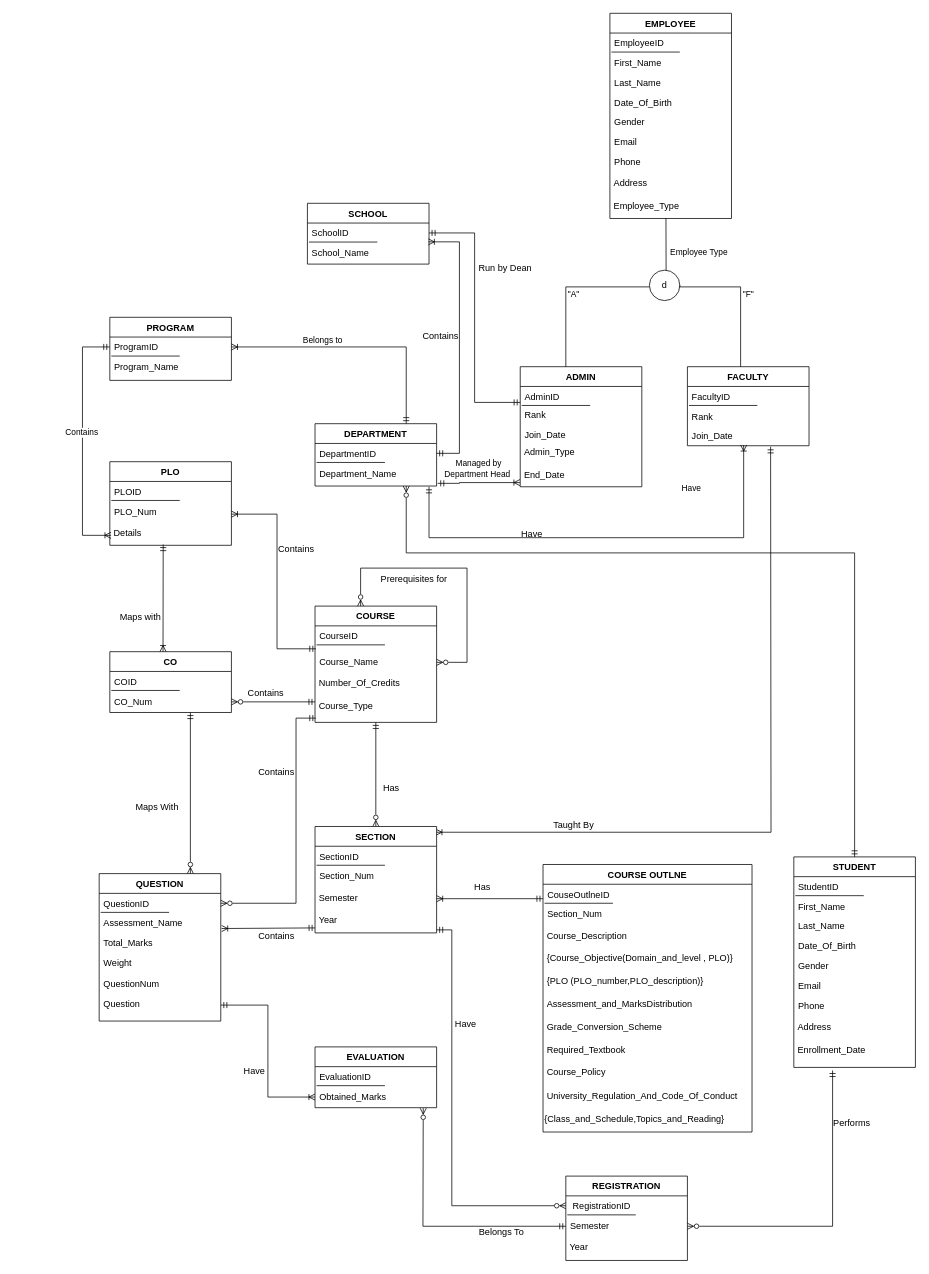
Above: Documentation/EERD.drawio in injamam00155/CSE303-sec-04-Group-03 (draw.io), before the change. Source tidied: cells renumbered, new cells numbered last; positions are measured from the earlier drawing's top-left corner, leaving out a move shared by most shapes. Both pictures are drawn from the tidied source at 76%, with x=0, y=0 at pixel (56, 13).
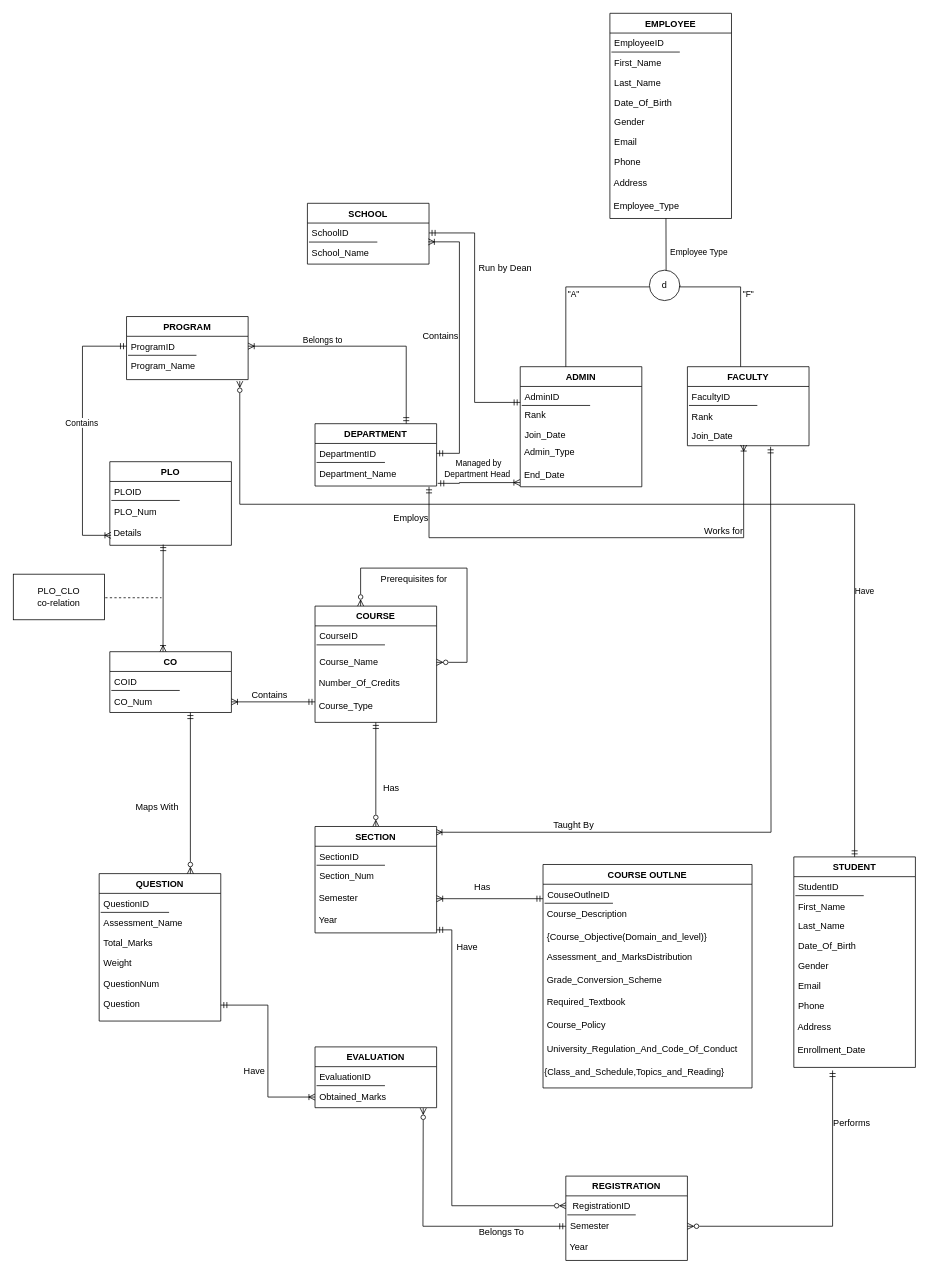
After the change.

Unchanged cells that the change refers to:
```xml
<mxCell id="37" value="DEPARTMENT" style="swimlane;fontStyle=1;align=center;verticalAlign=top;horizontal=1;startSize=26;rounded=0;shadow=0;strokeWidth=1;" parent="1" vertex="1">
  <mxGeometry x="340" y="540" width="160" height="82" as="geometry" />
</mxCell>
<mxCell id="66" value="CO_Num" style="text;align=left;verticalAlign=top;spacingLeft=4;spacingRight=4;overflow=hidden;points=[[0,0.5],[1,0.5]];portConstraint=eastwest;rounded=0;shadow=0;html=0;" parent="63" vertex="1">
  <mxGeometry y="52" width="160" height="28" as="geometry" />
</mxCell>
<mxCell id="70" value="CourseID" style="text;align=left;verticalAlign=top;spacingLeft=4;spacingRight=4;overflow=hidden;points=[[0,0.5],[1,0.5]];portConstraint=eastwest;" parent="69" vertex="1">
  <mxGeometry y="26" width="160" height="34" as="geometry" />
</mxCell>
<mxCell id="74" value="&amp;nbsp;Course_Type" style="text;html=1;align=left;verticalAlign=top;points=[];strokeColor=none;fillColor=none;" parent="69" vertex="1">
  <mxGeometry y="118" width="160" height="30" as="geometry" />
</mxCell>
<mxCell id="86" value="&amp;nbsp;Year" style="text;html=1;align=left;verticalAlign=top;points=[];strokeColor=none;fillColor=none;" parent="81" vertex="1">
  <mxGeometry y="110" width="160" height="30" as="geometry" />
</mxCell>
<mxCell id="89" value="QuestionID" style="text;align=left;verticalAlign=top;spacingLeft=4;spacingRight=4;overflow=hidden;points=[[0,0.5],[1,0.5]];portConstraint=eastwest;" parent="88" vertex="1">
  <mxGeometry y="26" width="160" height="26" as="geometry" />
</mxCell>
<mxCell id="91" value="Assessment_Name" style="text;align=left;verticalAlign=top;spacingLeft=4;spacingRight=4;overflow=hidden;points=[[0,0.5],[1,0.5]];portConstraint=eastwest;rounded=0;shadow=0;html=0;" parent="88" vertex="1">
  <mxGeometry y="52" width="160" height="26" as="geometry" />
</mxCell>
<mxCell id="108" value="STUDENT" style="swimlane;fontStyle=1;align=center;verticalAlign=top;horizontal=1;startSize=26;rounded=0;shadow=0;strokeWidth=1;" parent="1" vertex="1">
  <mxGeometry x="970" y="1110" width="160" height="277" as="geometry" />
</mxCell>
```

The edit, as a diff of the source:
```diff
@@
-    <mxCell id="36" style="edgeStyle=elbowEdgeStyle;rounded=0;jettySize=auto;html=1;startArrow=ERzeroToMany;startFill=0;endArrow=ERmandOne;endFill=0;elbow=vertical;exitX=0.75;exitY=1;exitDx=0;exitDy=0;" parent="1" edge="1" source="37" target="108">
+    <mxCell id="36" style="edgeStyle=elbowEdgeStyle;rounded=0;jettySize=auto;html=1;startArrow=ERzeroToMany;startFill=0;endArrow=ERmandOne;endFill=0;elbow=vertical;" parent="1" edge="1" target="108">
       <mxGeometry relative="1" as="geometry">
+        <mxPoint x="241" y="484" as="sourcePoint" />
         <Array as="points">
+          <mxPoint x="887" y="646" />
+          <mxPoint x="473" y="633" />
           <mxPoint x="880" y="710" />
         </Array>
       </mxGeometry>
     </mxCell>
@@
     <mxCell id="46" value="Have" style="text;html=1;align=center;verticalAlign=middle;strokeColor=none;fillColor=none;fontSize=11;" parent="1" vertex="1">
-      <mxGeometry x="810" y="610" width="50" height="30" as="geometry" />
+      <mxGeometry x="1038" y="745" width="50" height="30" as="geometry" />
     </mxCell>
     <mxCell id="47" value="PROGRAM" style="swimlane;fontStyle=1;align=center;verticalAlign=top;horizontal=1;startSize=26;rounded=0;shadow=0;strokeWidth=1;" parent="1" vertex="1">
-      <mxGeometry x="70" y="400" width="160" height="83" as="geometry" />
+      <mxGeometry x="92" y="399" width="160" height="83" as="geometry" />
     </mxCell>
@@
-    <mxCell id="68" value="Maps with" style="text;html=1;align=center;verticalAlign=middle;strokeColor=none;fillColor=none;fontSize=12;" parent="1" vertex="1">
-      <mxGeometry x="70" y="780" width="80" height="30" as="geometry" />
-    </mxCell>
@@
-    <mxCell id="77" style="endArrow=ERoneToMany;html=1;rounded=0;edgeStyle=elbowEdgeStyle;startArrow=ERmandOne;startFill=0;endFill=0;exitX=0.007;exitY=0.888;exitDx=0;exitDy=0;exitPerimeter=0;" parent="1" edge="1" source="70">
-      <mxGeometry relative="1" as="geometry">
-        <mxPoint x="230" y="659" as="targetPoint" />
-        <Array as="points">
-          <mxPoint x="290" y="830" />
-          <mxPoint x="290" y="780" />
-          <mxPoint x="480" y="692" />
-          <mxPoint x="480" y="712" />
-          <mxPoint x="490" y="831.3" />
-        </Array>
-      </mxGeometry>
-    </mxCell>
-    <mxCell id="78" value="Contains" style="text;html=1;align=center;verticalAlign=middle;strokeColor=none;fillColor=none;" parent="1" vertex="1">
-      <mxGeometry x="280" y="690" width="70" height="30" as="geometry" />
-    </mxCell>
-    <mxCell id="79" style="edgeStyle=orthogonalEdgeStyle;rounded=0;jettySize=auto;html=1;startArrow=ERzeroToMany;startFill=0;endArrow=ERmandOne;endFill=0;" parent="1" edge="1" source="66" target="74">
+    <mxCell id="79" style="edgeStyle=orthogonalEdgeStyle;rounded=0;jettySize=auto;html=1;startArrow=ERoneToMany;startFill=0;endArrow=ERmandOne;endFill=0;" parent="1" edge="1" source="66" target="74">
       <mxGeometry relative="1" as="geometry">
         <Array as="points">
           <mxPoint x="340" y="920" />
           <mxPoint x="340" y="920" />
         </Array>
       </mxGeometry>
     </mxCell>
@@
-    <mxCell id="98" style="edgeStyle=elbowEdgeStyle;rounded=0;jettySize=auto;html=1;startArrow=ERzeroToMany;startFill=0;endArrow=ERmandOne;endFill=0;entryX=0.007;entryY=0.98;entryDx=0;entryDy=0;entryPerimeter=0;" parent="1" edge="1" source="89" target="74">
-      <mxGeometry relative="1" as="geometry">
-        <Array as="points">
-          <mxPoint x="315" y="928" />
-        </Array>
-      </mxGeometry>
-    </mxCell>
     <mxCell id="99" value="Contains" style="text;html=1;align=center;verticalAlign=middle;strokeColor=none;fillColor=none;" parent="1" vertex="1">
-      <mxGeometry x="240" y="880" width="70" height="30" as="geometry" />
+      <mxGeometry x="245" y="882" width="70" height="30" as="geometry" />
     </mxCell>
-    <mxCell id="100" value="Contains" style="text;html=1;align=center;verticalAlign=middle;strokeColor=none;fillColor=none;" parent="1" vertex="1">
-      <mxGeometry x="254" y="984" width="70" height="30" as="geometry" />
-    </mxCell>
@@
     <mxCell id="129" value="Have" style="text;html=1;align=center;verticalAlign=middle;strokeColor=none;fillColor=none;" parent="1" vertex="1">
-      <mxGeometry x="513" y="1315" width="50" height="30" as="geometry" />
+      <mxGeometry x="515" y="1214" width="50" height="30" as="geometry" />
     </mxCell>
-    <mxCell id="130" value="Have" style="text;html=1;align=center;verticalAlign=middle;strokeColor=none;fillColor=none;" parent="1" vertex="1">
-      <mxGeometry x="600" y="670" width="50" height="30" as="geometry" />
+    <mxCell id="130" value="Employs" style="text;html=1;align=center;verticalAlign=middle;strokeColor=none;fillColor=none;" parent="1" vertex="1">
+      <mxGeometry x="434" y="651" width="64" height="26" as="geometry" />
     </mxCell>
     <mxCell id="131" value="COURSE OUTLNE" style="swimlane;fontStyle=1;align=center;verticalAlign=top;horizontal=1;startSize=26;rounded=0;shadow=0;strokeWidth=1;" parent="1" vertex="1">
-      <mxGeometry x="640" y="1120" width="275" height="352" as="geometry" />
+      <mxGeometry x="640" y="1120" width="275" height="294" as="geometry" />
     </mxCell>
@@
-    <mxCell id="134" value="Section_Num" style="text;align=left;verticalAlign=top;spacingLeft=4;spacingRight=4;overflow=hidden;rounded=0;shadow=0;html=0;" parent="131" vertex="1">
-      <mxGeometry y="52" width="275" height="28" as="geometry" />
-    </mxCell>
     <mxCell id="135" value="&amp;nbsp;Course_Description" style="text;html=1;align=left;verticalAlign=top;strokeColor=none;fillColor=none;" parent="131" vertex="1">
-      <mxGeometry y="80" width="275" height="30" as="geometry" />
+      <mxGeometry y="52" width="275" height="30" as="geometry" />
     </mxCell>
-    <mxCell id="136" value="&amp;nbsp;{Course_Objective(Domain_and_level , PLO)}" style="text;html=1;align=left;verticalAlign=top;strokeColor=none;fillColor=none;" parent="131" vertex="1">
-      <mxGeometry y="110" width="275" height="30" as="geometry" />
+    <mxCell id="136" value="&amp;nbsp;{Course_Objective(Domain_and_level)}" style="text;html=1;align=left;verticalAlign=top;strokeColor=none;fillColor=none;" parent="131" vertex="1">
+      <mxGeometry y="82" width="275" height="26" as="geometry" />
     </mxCell>
-    <mxCell id="137" value="&amp;nbsp;{PLO (PLO_number,PLO_description)}" style="text;html=1;align=left;verticalAlign=top;strokeColor=none;fillColor=none;" parent="131" vertex="1">
-      <mxGeometry y="140" width="275" height="30" as="geometry" />
-    </mxCell>
     <mxCell id="138" value="&amp;nbsp;Assessment_and_MarksDistribution" style="text;html=1;align=left;verticalAlign=top;strokeColor=none;fillColor=none;" parent="131" vertex="1">
-      <mxGeometry y="170" width="275" height="30" as="geometry" />
+      <mxGeometry y="108" width="275" height="30" as="geometry" />
     </mxCell>
     <mxCell id="139" value="&amp;nbsp;Grade_Conversion_Scheme" style="text;html=1;align=left;verticalAlign=top;strokeColor=none;fillColor=none;" parent="131" vertex="1">
-      <mxGeometry y="200" width="275" height="30" as="geometry" />
+      <mxGeometry y="138" width="275" height="30" as="geometry" />
     </mxCell>
     <mxCell id="140" value="&amp;nbsp;Required_Textbook" style="text;html=1;align=left;verticalAlign=top;strokeColor=none;fillColor=none;" parent="131" vertex="1">
-      <mxGeometry y="230" width="275" height="30" as="geometry" />
+      <mxGeometry y="168" width="275" height="30" as="geometry" />
     </mxCell>
     <mxCell id="141" value="&amp;nbsp;Course_Policy" style="text;html=1;align=left;verticalAlign=top;strokeColor=none;fillColor=none;" parent="131" vertex="1">
-      <mxGeometry y="260" width="275" height="30" as="geometry" />
+      <mxGeometry y="198" width="275" height="30" as="geometry" />
     </mxCell>
     <mxCell id="142" value="&amp;nbsp;University_Regulation_And_Code_Of_Conduct" style="text;html=1;align=left;verticalAlign=middle;strokeColor=none;fillColor=none;" parent="131" vertex="1">
-      <mxGeometry y="290" width="275" height="30" as="geometry" />
+      <mxGeometry y="228" width="275" height="30" as="geometry" />
     </mxCell>
     <mxCell id="143" value="{Class_and_Schedule,Topics_and_Reading}" style="text;html=1;align=left;verticalAlign=middle;strokeColor=none;fillColor=none;" parent="131" vertex="1">
-      <mxGeometry y="320" width="275" height="30" as="geometry" />
+      <mxGeometry y="258" width="275" height="30" as="geometry" />
     </mxCell>
-    <mxCell id="144" value="Contains" style="text;html=1;align=center;verticalAlign=middle;strokeColor=none;fillColor=none;" parent="1" vertex="1">
-      <mxGeometry x="254" y="1200" width="70" height="30" as="geometry" />
-    </mxCell>
@@
-    <mxCell id="147" style="endArrow=ERmandOne;html=1;rounded=0;fontSize=16;exitX=1.007;exitY=0.779;exitDx=0;exitDy=0;startArrow=ERoneToMany;startFill=0;endFill=0;exitPerimeter=0;entryX=0.001;entryY=0.781;entryDx=0;entryDy=0;entryPerimeter=0;" parent="1" edge="1" source="91" target="86">
-      <mxGeometry relative="1" as="geometry" />
-    </mxCell>
+    <mxCell id="148" style="endArrow=none;dashed=1;html=1;rounded=0;" parent="1" edge="1">
+      <mxGeometry relative="1" as="geometry">
+        <mxPoint x="46" y="769" as="sourcePoint" />
+        <mxPoint x="138" y="769" as="targetPoint" />
+      </mxGeometry>
+    </mxCell>
+    <mxCell id="149" value="PLO_CLO &lt;br&gt;co-relation" style="rounded=0;whiteSpace=wrap;html=1;" parent="1" vertex="1">
+      <mxGeometry x="-57" y="738" width="120" height="60" as="geometry" />
+    </mxCell>
+    <mxCell id="150" value="Works for" style="text;html=1;strokeColor=none;fillColor=none;align=center;verticalAlign=middle;whiteSpace=wrap;rounded=0;" parent="1" vertex="1">
+      <mxGeometry x="848" y="666" width="60" height="30" as="geometry" />
+    </mxCell>
```
